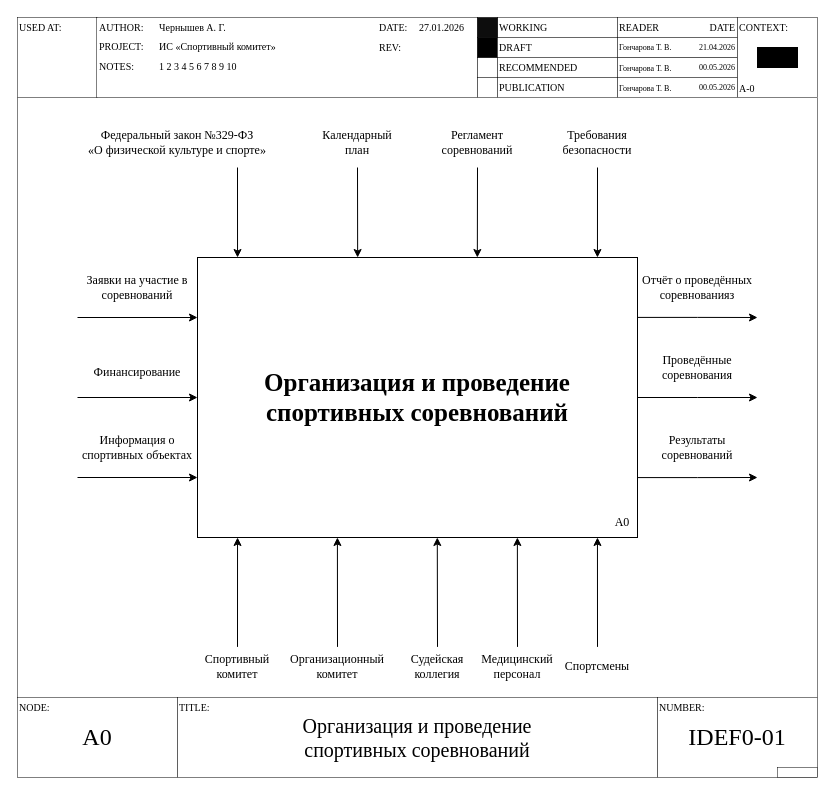
The draw.io diagram page "IDEF0 (контекстная)" (1 of 11) of Диаграммы ИС «Спортивный комитет».drawio in antonch985/Education, before the edit. Source tidied: cells renumbered, new cells numbered last; positions are measured from the earlier drawing's top-left corner, leaving out a move shared by most shapes. Both pictures are drawn from the tidied source at 100%, with x=0, y=0 at pixel (17, 17).
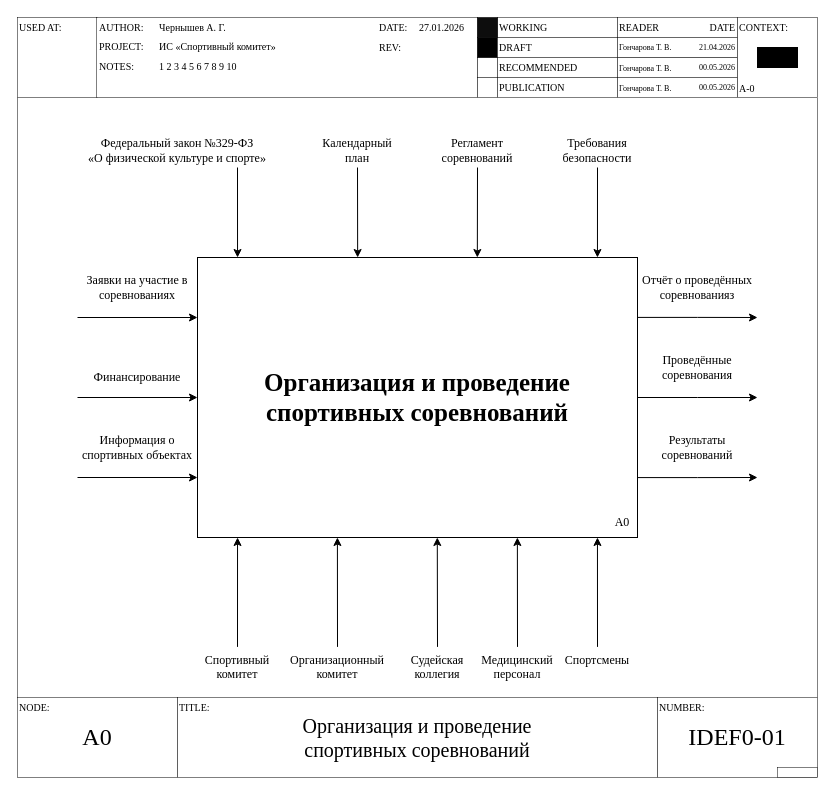
The same diagram, later.

What changed in the source:
```diff
@@
-    <mxCell id="11" value="Спортивный&lt;div&gt;комитет&lt;/div&gt;" style="text;html=1;whiteSpace=wrap;strokeColor=none;fillColor=none;align=center;verticalAlign=middle;rounded=0;fontFamily=Times New Roman;" parent="1" vertex="1">
+    <mxCell id="11" value="Спортивный&lt;div&gt;комитет&lt;/div&gt;" style="text;html=1;whiteSpace=wrap;strokeColor=none;fillColor=none;align=center;verticalAlign=top;rounded=0;fontFamily=Times New Roman;" parent="1" vertex="1">
       <mxGeometry x="180" y="629.4" width="80" height="40" as="geometry" />
     </mxCell>
-    <mxCell id="12" value="Организационный&lt;div&gt;комитет&lt;/div&gt;" style="text;html=1;whiteSpace=wrap;strokeColor=none;fillColor=none;align=center;verticalAlign=middle;rounded=0;noLabel=0;fontFamily=Times New Roman;" parent="1" vertex="1">
+    <mxCell id="12" value="Организационный&lt;div&gt;комитет&lt;/div&gt;" style="text;html=1;whiteSpace=wrap;strokeColor=none;fillColor=none;align=center;verticalAlign=top;rounded=0;noLabel=0;fontFamily=Times New Roman;" parent="1" vertex="1">
       <mxGeometry x="260" y="629.4" width="120" height="40" as="geometry" />
     </mxCell>
-    <mxCell id="13" value="Заявки на участие в соревнований" style="text;html=1;whiteSpace=wrap;strokeColor=none;fillColor=none;align=center;verticalAlign=middle;rounded=0;fontFamily=Times New Roman;" parent="1" vertex="1">
+    <mxCell id="13" value="Заявки на участие в соревнованиях" style="text;html=1;whiteSpace=wrap;strokeColor=none;fillColor=none;align=center;verticalAlign=middle;rounded=0;fontFamily=Times New Roman;" parent="1" vertex="1">
       <mxGeometry x="60" y="240" width="120" height="60" as="geometry" />
     </mxCell>
@@
-    <mxCell id="15" value="Федеральный закон №329-ФЗ&lt;div&gt;«О физической культуре и спорте»&lt;/div&gt;" style="text;html=1;whiteSpace=wrap;strokeColor=none;fillColor=none;align=center;verticalAlign=middle;rounded=0;fontFamily=Times New Roman;" parent="1" vertex="1">
+    <mxCell id="15" value="Федеральный закон №329-ФЗ&lt;div&gt;«О физической культуре и спорте»&lt;/div&gt;" style="text;html=1;whiteSpace=wrap;strokeColor=none;fillColor=none;align=center;verticalAlign=bottom;rounded=0;fontFamily=Times New Roman;" parent="1" vertex="1">
       <mxGeometry x="60" y="100" width="200" height="50" as="geometry" />
     </mxCell>
-    <mxCell id="16" value="Календарный&lt;div&gt;план&lt;/div&gt;" style="text;html=1;whiteSpace=wrap;strokeColor=none;fillColor=none;align=center;verticalAlign=middle;rounded=0;fontFamily=Times New Roman;" parent="1" vertex="1">
+    <mxCell id="16" value="Календарный&lt;div&gt;план&lt;/div&gt;" style="text;html=1;whiteSpace=wrap;strokeColor=none;fillColor=none;align=center;verticalAlign=bottom;rounded=0;fontFamily=Times New Roman;" parent="1" vertex="1">
       <mxGeometry x="300" y="100" width="80" height="50" as="geometry" />
     </mxCell>
@@
-    <mxCell id="19" value="Требования&lt;div&gt;безопасности&lt;/div&gt;" style="text;html=1;whiteSpace=wrap;strokeColor=none;fillColor=none;align=center;verticalAlign=middle;rounded=0;fontFamily=Times New Roman;" parent="1" vertex="1">
+    <mxCell id="19" value="Требования&lt;div&gt;безопасности&lt;/div&gt;" style="text;html=1;whiteSpace=wrap;strokeColor=none;fillColor=none;align=center;verticalAlign=bottom;rounded=0;fontFamily=Times New Roman;" parent="1" vertex="1">
       <mxGeometry x="540" y="100" width="80" height="50" as="geometry" />
     </mxCell>
@@
-    <mxCell id="23" value="Судейская коллегия" style="text;html=1;whiteSpace=wrap;strokeColor=none;fillColor=none;align=center;verticalAlign=middle;rounded=0;noLabel=0;fontFamily=Times New Roman;" parent="1" vertex="1">
+    <mxCell id="23" value="Судейская коллегия" style="text;html=1;whiteSpace=wrap;strokeColor=none;fillColor=none;align=center;verticalAlign=top;rounded=0;noLabel=0;fontFamily=Times New Roman;" parent="1" vertex="1">
       <mxGeometry x="380" y="629.4" width="80" height="40" as="geometry" />
     </mxCell>
@@
-    <mxCell id="25" value="Регламент соревнований" style="text;html=1;whiteSpace=wrap;strokeColor=none;fillColor=none;align=center;verticalAlign=middle;rounded=0;fontFamily=Times New Roman;" parent="1" vertex="1">
+    <mxCell id="25" value="Регламент соревнований" style="text;html=1;whiteSpace=wrap;strokeColor=none;fillColor=none;align=center;verticalAlign=bottom;rounded=0;fontFamily=Times New Roman;" parent="1" vertex="1">
       <mxGeometry x="410" y="100" width="100" height="50" as="geometry" />
     </mxCell>
@@
     <mxCell id="60" value="Финансирование" style="text;html=1;whiteSpace=wrap;strokeColor=none;fillColor=none;align=center;verticalAlign=middle;rounded=0;fontFamily=Times New Roman;" parent="1" vertex="1">
-      <mxGeometry x="60" y="330" width="120" height="50" as="geometry" />
+      <mxGeometry x="60" y="340" width="120" height="40" as="geometry" />
     </mxCell>
@@
-    <mxCell id="63" value="Медицинский&lt;div&gt;персонал&lt;/div&gt;" style="text;html=1;whiteSpace=wrap;strokeColor=none;fillColor=none;align=center;verticalAlign=middle;rounded=0;noLabel=0;fontFamily=Times New Roman;" parent="1" vertex="1">
+    <mxCell id="63" value="Медицинский&lt;div&gt;персонал&lt;/div&gt;" style="text;html=1;whiteSpace=wrap;strokeColor=none;fillColor=none;align=center;verticalAlign=top;rounded=0;noLabel=0;fontFamily=Times New Roman;" parent="1" vertex="1">
       <mxGeometry x="460" y="629.4" width="80" height="40" as="geometry" />
     </mxCell>
@@
-    <mxCell id="65" value="Спортсмены" style="text;html=1;whiteSpace=wrap;strokeColor=none;fillColor=none;align=center;verticalAlign=middle;rounded=0;noLabel=0;fontFamily=Times New Roman;" parent="1" vertex="1">
+    <mxCell id="65" value="Спортсмены" style="text;html=1;whiteSpace=wrap;strokeColor=none;fillColor=none;align=center;verticalAlign=top;rounded=0;noLabel=0;fontFamily=Times New Roman;" parent="1" vertex="1">
       <mxGeometry x="540" y="629.4" width="80" height="40" as="geometry" />
     </mxCell>
```
